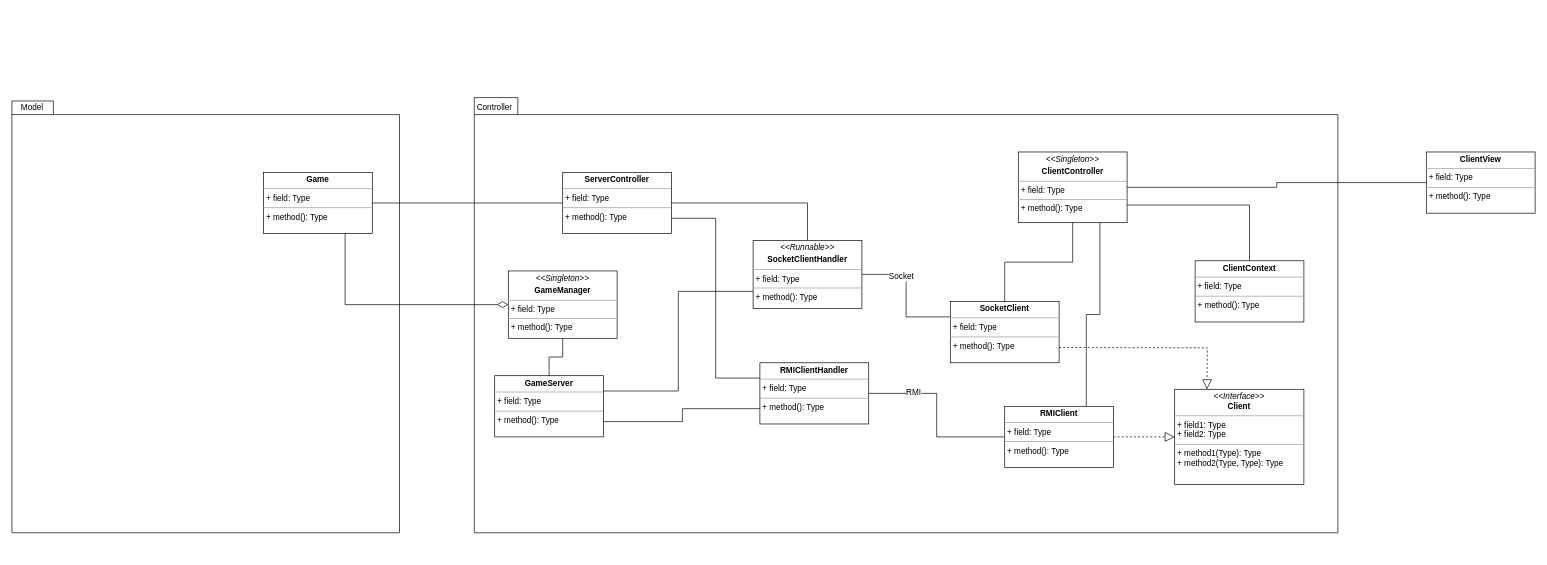
Above: UML_Controller.drawio in vittot/ing-sw-2019-20 (draw.io), before the change. Source tidied: cells renumbered, new cells numbered last; positions are measured from the earlier drawing's top-left corner, leaving out a move shared by most shapes. Both pictures are drawn from the tidied source at 68%, with x=0, y=0 at pixel (12, 97).
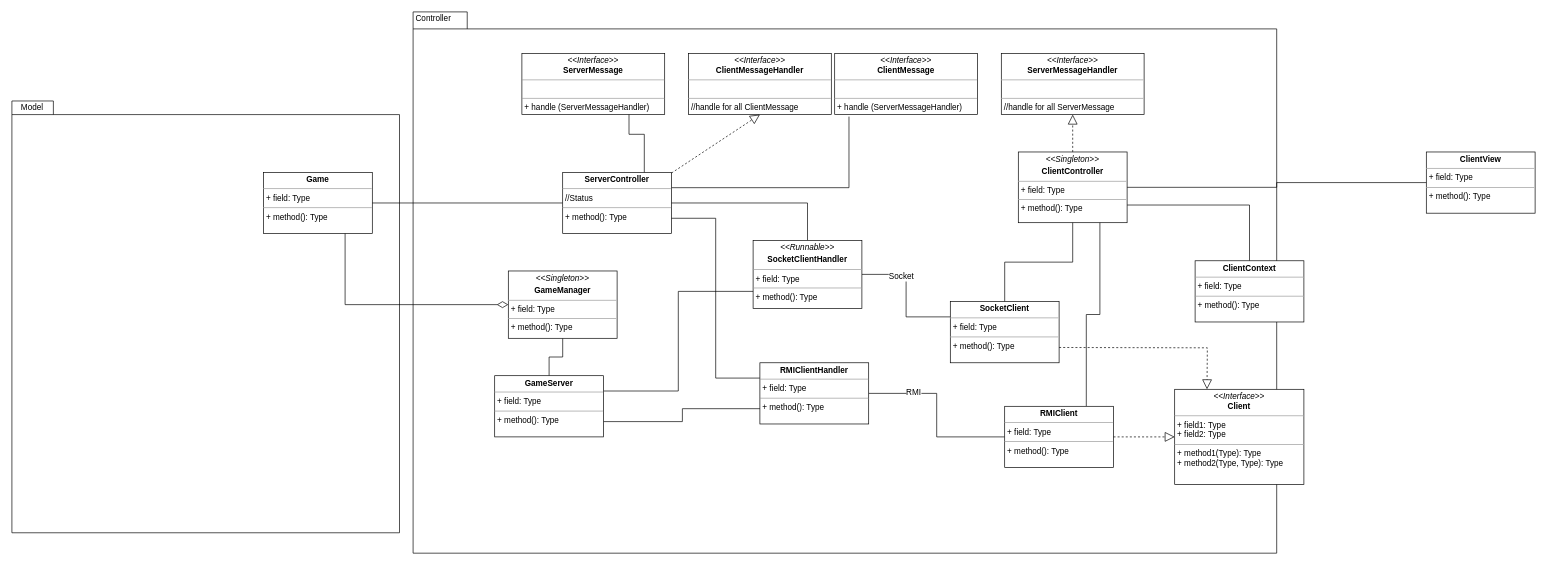
After the change.

The change refers to these unchanged cells:
```xml
<mxCell id="8" value="&lt;p style=&quot;margin: 0px ; margin-top: 4px ; text-align: center&quot;&gt;&lt;i&gt;&amp;lt;&amp;lt;Singleton&amp;gt;&amp;gt;&lt;/i&gt;&lt;/p&gt;&lt;p style=&quot;margin: 0px ; margin-top: 4px ; text-align: center&quot;&gt;&lt;b&gt;ClientController&lt;/b&gt;&lt;/p&gt;&lt;hr size=&quot;1&quot;&gt;&lt;p style=&quot;margin: 0px ; margin-left: 4px&quot;&gt;+ field: Type&lt;/p&gt;&lt;hr size=&quot;1&quot;&gt;&lt;p style=&quot;margin: 0px ; margin-left: 4px&quot;&gt;+ method(): Type&lt;/p&gt;" style="verticalAlign=top;align=left;overflow=fill;fontSize=12;fontFamily=Helvetica;html=1;" parent="1" vertex="1">
  <mxGeometry x="1480" y="80" width="160" height="104" as="geometry" />
</mxCell>
```

Change to the diagram source:
```diff
@@
     <mxCell id="3" style="shape=folder;fontStyle=1;spacingTop=10;tabWidth=62;tabHeight=25;tabPosition=left;html=1;" parent="1" vertex="1">
-      <mxGeometry x="680" width="1270" height="640" as="geometry" />
+      <mxGeometry x="590" y="-126" width="1270" height="796" as="geometry" />
     </mxCell>
@@
+    <mxCell id="35" style="edgeStyle=orthogonalEdgeStyle;rounded=0;jettySize=auto;html=1;exitX=1;exitY=0.25;exitDx=0;exitDy=0;entryX=0.1;entryY=1.033;entryDx=0;entryDy=0;entryPerimeter=0;endArrow=none;endFill=0;" parent="1" edge="1" source="12" target="37">
+      <mxGeometry relative="1" as="geometry" />
+    </mxCell>
-    <mxCell id="12" value="&lt;p style=&quot;margin: 0px ; margin-top: 4px ; text-align: center&quot;&gt;&lt;b&gt;ServerController&lt;/b&gt;&lt;/p&gt;&lt;hr size=&quot;1&quot;&gt;&lt;p style=&quot;margin: 0px ; margin-left: 4px&quot;&gt;+ field: Type&lt;/p&gt;&lt;hr size=&quot;1&quot;&gt;&lt;p style=&quot;margin: 0px ; margin-left: 4px&quot;&gt;+ method(): Type&lt;/p&gt;" style="verticalAlign=top;align=left;overflow=fill;fontSize=12;fontFamily=Helvetica;html=1;" parent="1" vertex="1">
+    <mxCell id="12" value="&lt;p style=&quot;margin: 0px ; margin-top: 4px ; text-align: center&quot;&gt;&lt;b&gt;ServerController&lt;/b&gt;&lt;/p&gt;&lt;hr size=&quot;1&quot;&gt;&lt;p style=&quot;margin: 0px ; margin-left: 4px&quot;&gt;//Status&lt;/p&gt;&lt;hr size=&quot;1&quot;&gt;&lt;p style=&quot;margin: 0px ; margin-left: 4px&quot;&gt;+ method(): Type&lt;/p&gt;" style="verticalAlign=top;align=left;overflow=fill;fontSize=12;fontFamily=Helvetica;html=1;" parent="1" vertex="1">
       <mxGeometry x="810" y="110" width="160" height="90" as="geometry" />
     </mxCell>
@@
     <mxCell id="26" value="Controller" style="text;html=1;strokeColor=none;fillColor=none;align=center;verticalAlign=middle;whiteSpace=wrap;rounded=0;" parent="1" vertex="1">
-      <mxGeometry x="690" y="5" width="40" height="20" as="geometry" />
+      <mxGeometry x="600" y="-126" width="40" height="20" as="geometry" />
     </mxCell>
@@
+    <mxCell id="36" value="&lt;p style=&quot;margin: 0px ; margin-top: 4px ; text-align: center&quot;&gt;&lt;i&gt;&amp;lt;&amp;lt;Interface&amp;gt;&amp;gt;&lt;/i&gt;&lt;br&gt;&lt;b&gt;ServerMessage&lt;/b&gt;&lt;/p&gt;&lt;hr size=&quot;1&quot;&gt;&lt;p style=&quot;margin: 0px ; margin-left: 4px&quot;&gt;&lt;br&gt;&lt;/p&gt;&lt;hr size=&quot;1&quot;&gt;&lt;p style=&quot;margin: 0px ; margin-left: 4px&quot;&gt;+ handle (ServerMessageHandler)&lt;/p&gt;" style="verticalAlign=top;align=left;overflow=fill;fontSize=12;fontFamily=Helvetica;html=1;" parent="1" vertex="1">
+      <mxGeometry x="750" y="-65" width="210" height="90" as="geometry" />
+    </mxCell>
+    <mxCell id="37" value="&lt;p style=&quot;margin: 0px ; margin-top: 4px ; text-align: center&quot;&gt;&lt;i&gt;&amp;lt;&amp;lt;Interface&amp;gt;&amp;gt;&lt;/i&gt;&lt;br&gt;&lt;b&gt;ClientMessage&lt;/b&gt;&lt;/p&gt;&lt;hr size=&quot;1&quot;&gt;&lt;p style=&quot;margin: 0px ; margin-left: 4px&quot;&gt;&lt;br&gt;&lt;/p&gt;&lt;hr size=&quot;1&quot;&gt;&lt;p style=&quot;margin: 0px ; margin-left: 4px&quot;&gt;+ handle (ServerMessageHandler)&lt;/p&gt;" style="verticalAlign=top;align=left;overflow=fill;fontSize=12;fontFamily=Helvetica;html=1;" parent="1" vertex="1">
+      <mxGeometry x="1210" y="-65" width="210" height="90" as="geometry" />
+    </mxCell>
+    <mxCell id="38" style="endArrow=none;html=1;edgeStyle=orthogonalEdgeStyle;exitX=0.75;exitY=1;exitDx=0;exitDy=0;entryX=0.75;entryY=0;entryDx=0;entryDy=0;rounded=0;" parent="1" edge="1" source="36" target="12">
+      <mxGeometry relative="1" as="geometry">
+        <Array as="points">
+          <mxPoint x="908" y="54" />
+          <mxPoint x="930" y="54" />
+        </Array>
+      </mxGeometry>
+    </mxCell>
+    <mxCell id="39" style="html=1;align=left;verticalAlign=bottom;labelBackgroundColor=#ffffff;fontSize=10;" parent="38" vertex="1">
+      <mxGeometry x="-1" relative="1" as="geometry" />
+    </mxCell>
+    <mxCell id="40" style="html=1;align=right;verticalAlign=bottom;labelBackgroundColor=#ffffff;fontSize=10;" parent="38" vertex="1">
+      <mxGeometry x="1" relative="1" as="geometry" />
+    </mxCell>
+    <mxCell id="41" value="&lt;p style=&quot;margin: 0px ; margin-top: 4px ; text-align: center&quot;&gt;&lt;i&gt;&amp;lt;&amp;lt;Interface&amp;gt;&amp;gt;&lt;/i&gt;&lt;br&gt;&lt;b&gt;ClientMessageHandler&lt;/b&gt;&lt;/p&gt;&lt;hr size=&quot;1&quot;&gt;&lt;p style=&quot;margin: 0px ; margin-left: 4px&quot;&gt;&lt;br&gt;&lt;/p&gt;&lt;hr size=&quot;1&quot;&gt;&lt;p style=&quot;margin: 0px ; margin-left: 4px&quot;&gt;//handle for all ClientMessage&lt;/p&gt;" style="verticalAlign=top;align=left;overflow=fill;fontSize=12;fontFamily=Helvetica;html=1;" parent="1" vertex="1">
+      <mxGeometry x="995" y="-65" width="210" height="90" as="geometry" />
+    </mxCell>
+    <mxCell id="42" style="endArrow=block;dashed=1;endFill=0;endSize=12;html=1;entryX=0.5;entryY=1;entryDx=0;entryDy=0;exitX=1;exitY=0.011;exitDx=0;exitDy=0;exitPerimeter=0;" parent="1" edge="1" source="12" target="41">
+      <mxGeometry relative="1" as="geometry" />
+    </mxCell>
+    <mxCell id="43" value="&lt;p style=&quot;margin: 0px ; margin-top: 4px ; text-align: center&quot;&gt;&lt;i&gt;&amp;lt;&amp;lt;Interface&amp;gt;&amp;gt;&lt;/i&gt;&lt;br&gt;&lt;b&gt;ServerMessageHandler&lt;/b&gt;&lt;/p&gt;&lt;hr size=&quot;1&quot;&gt;&lt;p style=&quot;margin: 0px ; margin-left: 4px&quot;&gt;&lt;br&gt;&lt;/p&gt;&lt;hr size=&quot;1&quot;&gt;&lt;p style=&quot;margin: 0px ; margin-left: 4px&quot;&gt;//handle for all ServerMessage&lt;/p&gt;" style="verticalAlign=top;align=left;overflow=fill;fontSize=12;fontFamily=Helvetica;html=1;" parent="1" vertex="1">
+      <mxGeometry x="1455" y="-65" width="210" height="90" as="geometry" />
+    </mxCell>
+    <mxCell id="44" style="endArrow=block;dashed=1;endFill=0;endSize=12;html=1;entryX=0.5;entryY=1;entryDx=0;entryDy=0;exitX=0.5;exitY=0;exitDx=0;exitDy=0;" parent="1" edge="1" source="8" target="43">
+      <mxGeometry relative="1" as="geometry" />
+    </mxCell>
```
